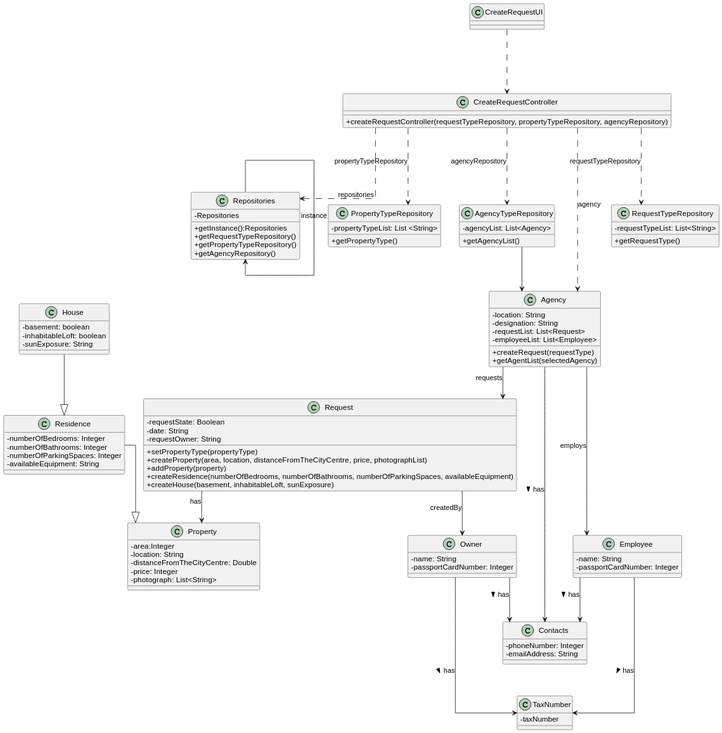
This is docs/sprintB/us004/03.design/svg/us004-class-diagram.svg from 1220812/LAPR2, a PlantUML export, as it was before one commit.
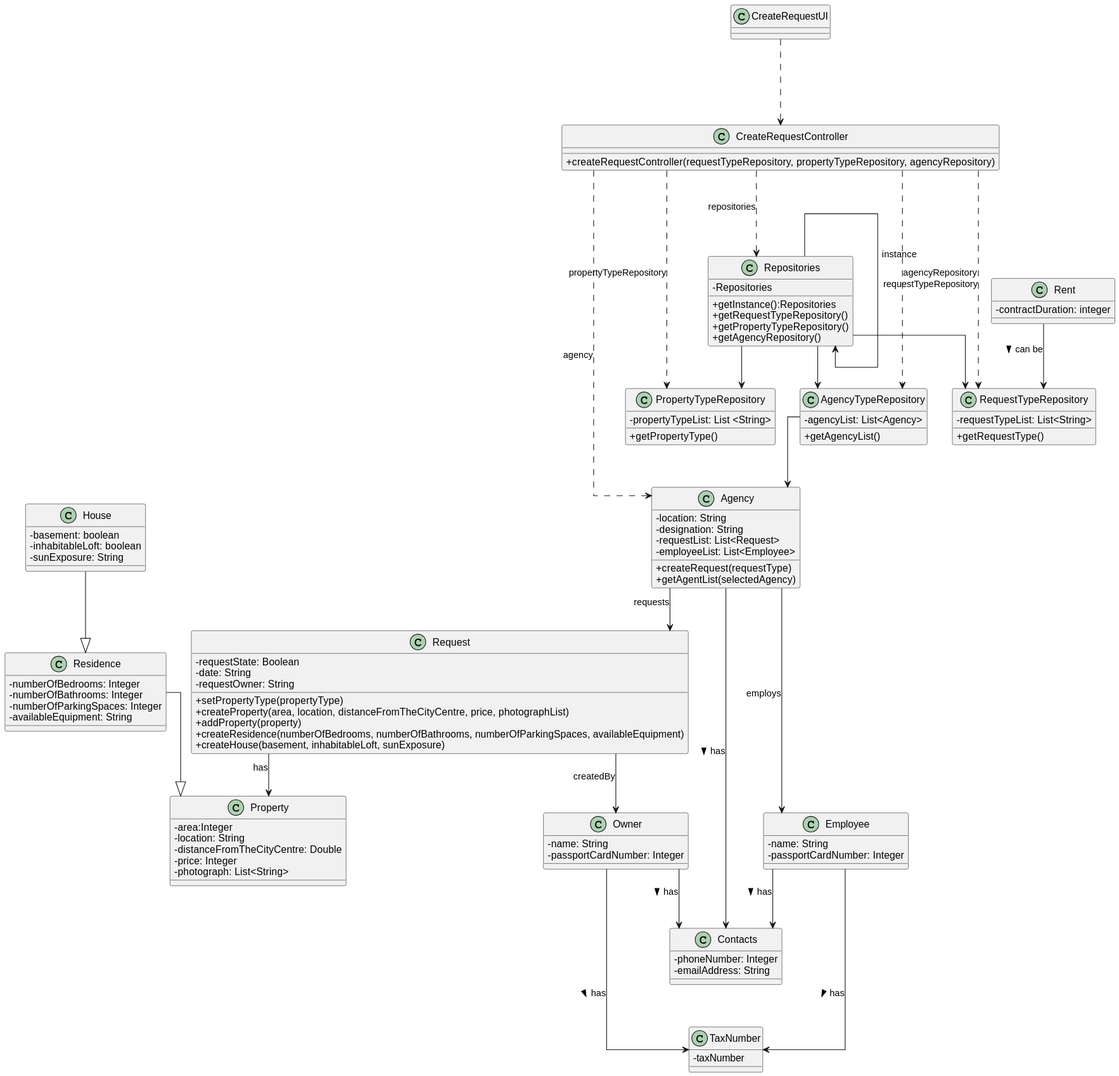
Later version of the same file.

Commit message:
sequence diagram svg updates and some alterations on the class diagram - US 004

Diff of the diagram source:
```diff
@@ -92,6 +92,10 @@
 - taxNumber
 }
 
+class Rent{
+- contractDuration: integer
+}
+
 CreateRequestUI -.-> CreateRequestController
 
 CreateRequestController -.-> Repositories : repositories
@@ -105,6 +109,11 @@
 AgencyTypeRepository --> Agency
 Request --> Property : has
 Request --> Owner : createdBy
+Rent --> RequestTypeRepository : can be >
+
+Repositories --> AgencyTypeRepository
+Repositories --> PropertyTypeRepository
+Repositories --> RequestTypeRepository
 
 House --|> Residence
 
```
